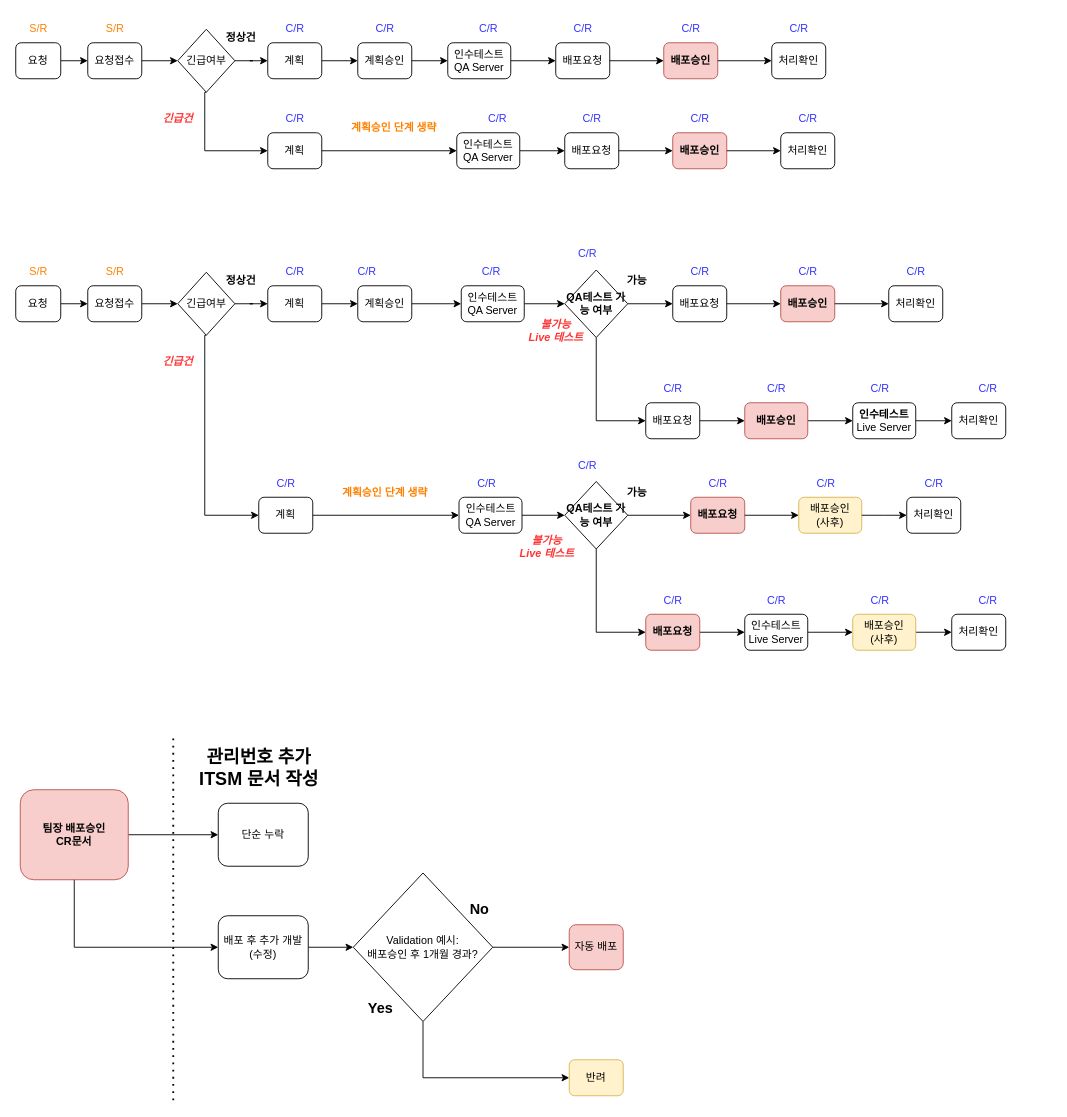
Earlier version of the draw.io diagram 제목 없는 다이어그램.drawio (attabooi/attabooi). Source tidied: cells renumbered, new cells numbered last; positions are measured from the earlier drawing's top-left corner, leaving out a move shared by most shapes. Both pictures are drawn from the tidied source at 90%, with x=0, y=0 at pixel (15, 15).
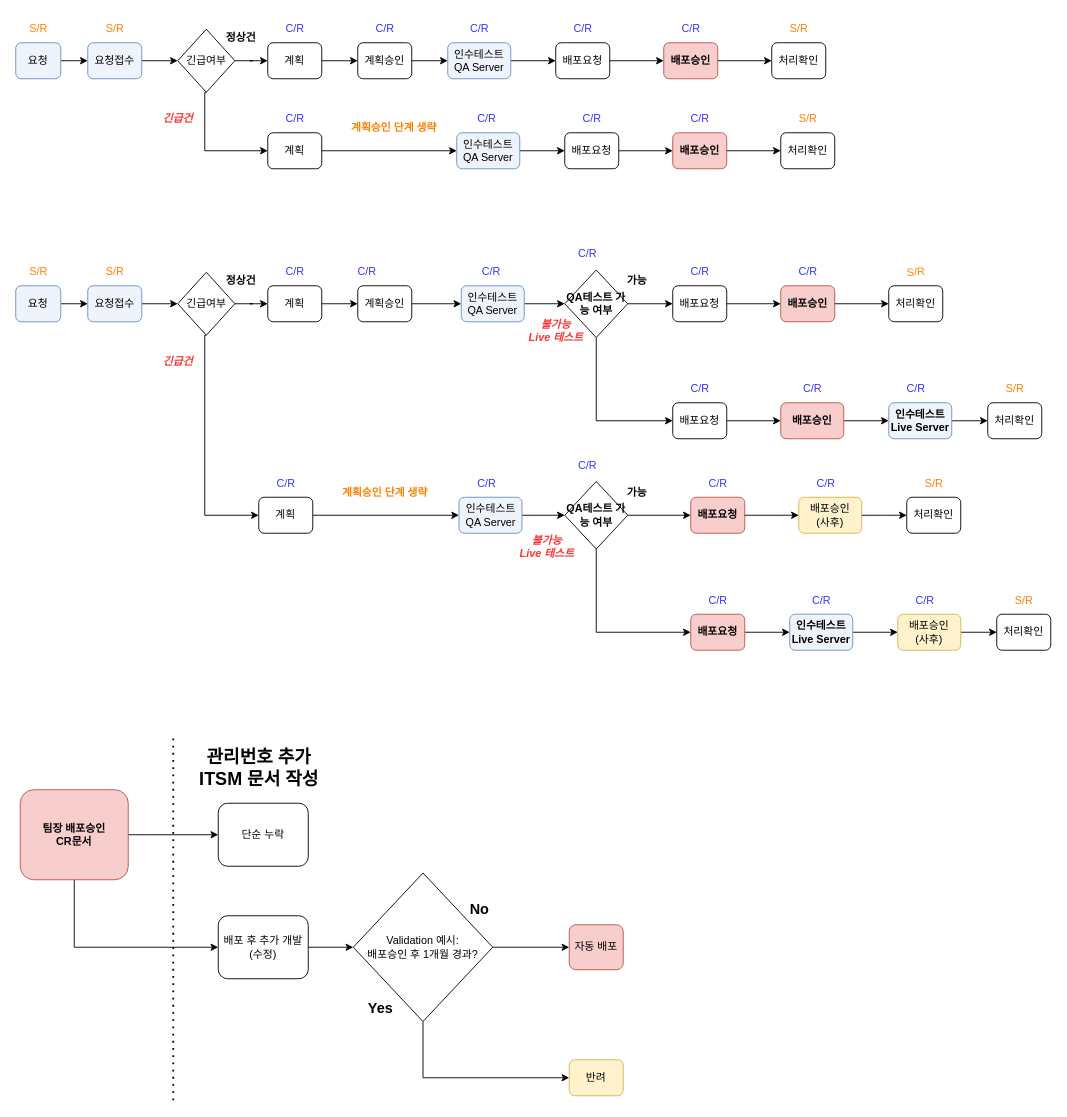
Above is the later version.

Commit message (it also covers changes not shown here):
제목 없는 다이어그램.drawio 업데이트

Unchanged cells that the change refers to:
```xml
<mxCell id="35" value="&lt;b&gt;QA테스트 가능 여부&lt;/b&gt;" style="rhombus;whiteSpace=wrap;html=1;" parent="1" vertex="1">
  <mxGeometry x="610" y="282.5" width="70" height="75" as="geometry" />
</mxCell>
<mxCell id="73" value="&lt;b style=&quot;border-color: var(--border-color);&quot;&gt;QA테스트 가능 여부&lt;/b&gt;" style="rhombus;whiteSpace=wrap;html=1;" parent="1" vertex="1">
  <mxGeometry x="610" y="517.5" width="70" height="75" as="geometry" />
</mxCell>
```

The edit, as a diff of the source:
```diff
@@
-    <mxCell id="4" value="요청" style="rounded=1;whiteSpace=wrap;html=1;fontSize=12;glass=0;strokeWidth=1;shadow=0;" parent="1" vertex="1">
+    <mxCell id="4" value="요청" style="rounded=1;whiteSpace=wrap;html=1;fontSize=12;glass=0;strokeWidth=1;shadow=0;fillColor=#EFF4FC;strokeColor=#6c8ebf;" parent="1" vertex="1">
       <mxGeometry y="300" width="50" height="40" as="geometry" />
     </mxCell>
@@
-    <mxCell id="7" value="요청접수" style="rounded=1;whiteSpace=wrap;html=1;fontSize=12;glass=0;strokeWidth=1;shadow=0;" parent="1" vertex="1">
+    <mxCell id="7" value="요청접수" style="rounded=1;whiteSpace=wrap;html=1;fontSize=12;glass=0;strokeWidth=1;shadow=0;fillColor=#EFF4FC;strokeColor=#6c8ebf;" parent="1" vertex="1">
       <mxGeometry x="80" y="300" width="60" height="40" as="geometry" />
     </mxCell>
@@
-    <mxCell id="24" value="C/R" style="text;html=1;align=center;verticalAlign=middle;strokeColor=none;fillColor=none;fontColor=#3333FF;" parent="1" vertex="1">
-      <mxGeometry x="980" y="270" width="40" height="30" as="geometry" />
-    </mxCell>
@@
-    <mxCell id="33" style="edgeStyle=orthogonalEdgeStyle;rounded=0;jettySize=auto;html=1;exitX=0.5;exitY=1;exitDx=0;exitDy=0;" parent="1" edge="1" source="35">
+    <mxCell id="33" style="edgeStyle=orthogonalEdgeStyle;rounded=0;jettySize=auto;html=1;exitX=0.5;exitY=1;exitDx=0;exitDy=0;entryX=0;entryY=0.5;entryDx=0;entryDy=0;" parent="1" edge="1" source="35" target="39">
       <mxGeometry relative="1" as="geometry">
-        <mxPoint x="700" y="450" as="targetPoint" />
         <Array as="points">
           <mxPoint x="645" y="450" />
         </Array>
       </mxGeometry>
     </mxCell>
@@
     <mxCell id="39" value="배포요청" style="rounded=1;whiteSpace=wrap;html=1;fontSize=12;glass=0;strokeWidth=1;shadow=0;fontStyle=0;" parent="1" vertex="1">
-      <mxGeometry x="700" y="430" width="60" height="40" as="geometry" />
+      <mxGeometry x="730" y="430" width="60" height="40" as="geometry" />
     </mxCell>
     <mxCell id="40" value="C/R" style="text;html=1;align=center;verticalAlign=middle;strokeColor=none;fillColor=none;fontColor=#3333FF;" parent="1" vertex="1">
-      <mxGeometry x="710" y="400" width="40" height="30" as="geometry" />
+      <mxGeometry x="740" y="400" width="40" height="30" as="geometry" />
     </mxCell>
@@
     <mxCell id="42" value="배포승인" style="rounded=1;whiteSpace=wrap;html=1;fontSize=12;glass=0;strokeWidth=1;shadow=0;fillColor=#f8cecc;strokeColor=#b85450;fontStyle=1;" parent="1" vertex="1">
-      <mxGeometry x="810" y="430" width="70" height="40" as="geometry" />
+      <mxGeometry x="850" y="430" width="70" height="40" as="geometry" />
     </mxCell>
     <mxCell id="43" value="C/R" style="text;html=1;align=center;verticalAlign=middle;strokeColor=none;fillColor=none;fontColor=#3333FF;" parent="1" vertex="1">
-      <mxGeometry x="825" y="400" width="40" height="30" as="geometry" />
+      <mxGeometry x="865" y="400" width="40" height="30" as="geometry" />
     </mxCell>
@@
-    <mxCell id="45" value="인수테스트&lt;br style=&quot;border-color: var(--border-color); font-weight: 400;&quot;&gt;&lt;span style=&quot;font-weight: 400;&quot;&gt;Live Server&lt;/span&gt;" style="rounded=1;whiteSpace=wrap;html=1;fontSize=12;glass=0;strokeWidth=1;shadow=0;fontStyle=1;" parent="1" vertex="1">
-      <mxGeometry x="930" y="430" width="70" height="40" as="geometry" />
+    <mxCell id="45" value="인수테스트&lt;br style=&quot;border-color: var(--border-color);&quot;&gt;&lt;span style=&quot;&quot;&gt;Live Server&lt;/span&gt;" style="rounded=1;whiteSpace=wrap;html=1;fontSize=12;glass=0;strokeWidth=1;shadow=0;fontStyle=1;fillColor=#EFF4FC;strokeColor=#6c8ebf;" parent="1" vertex="1">
+      <mxGeometry x="970" y="430" width="70" height="40" as="geometry" />
     </mxCell>
     <mxCell id="46" value="처리확인" style="rounded=1;whiteSpace=wrap;html=1;fontSize=12;glass=0;strokeWidth=1;shadow=0;" parent="1" vertex="1">
-      <mxGeometry x="1040" y="430" width="60" height="40" as="geometry" />
+      <mxGeometry x="1080" y="430" width="60" height="40" as="geometry" />
     </mxCell>
     <mxCell id="47" value="C/R" style="text;html=1;align=center;verticalAlign=middle;strokeColor=none;fillColor=none;fontColor=#3333FF;" parent="1" vertex="1">
-      <mxGeometry x="940" y="400" width="40" height="30" as="geometry" />
+      <mxGeometry x="980" y="400" width="40" height="30" as="geometry" />
     </mxCell>
-    <mxCell id="48" value="C/R" style="text;html=1;align=center;verticalAlign=middle;strokeColor=none;fillColor=none;fontColor=#3333FF;" parent="1" vertex="1">
-      <mxGeometry x="1060" y="400" width="40" height="30" as="geometry" />
-    </mxCell>
@@
-    <mxCell id="70" value="C/R" style="text;html=1;align=center;verticalAlign=middle;strokeColor=none;fillColor=none;fontColor=#3333FF;" parent="1" vertex="1">
-      <mxGeometry x="1000" y="505" width="40" height="30" as="geometry" />
-    </mxCell>
-    <mxCell id="71" style="edgeStyle=orthogonalEdgeStyle;rounded=0;jettySize=auto;html=1;exitX=0.5;exitY=1;exitDx=0;exitDy=0;" parent="1" edge="1" source="73">
+    <mxCell id="71" style="edgeStyle=orthogonalEdgeStyle;rounded=0;jettySize=auto;html=1;exitX=0.5;exitY=1;exitDx=0;exitDy=0;entryX=0;entryY=0.5;entryDx=0;entryDy=0;" parent="1" edge="1" source="73" target="77">
       <mxGeometry relative="1" as="geometry">
-        <mxPoint x="700" y="685" as="targetPoint" />
         <Array as="points">
           <mxPoint x="645" y="685" />
         </Array>
       </mxGeometry>
     </mxCell>
@@
     <mxCell id="77" value="배포요청" style="rounded=1;whiteSpace=wrap;html=1;fontSize=12;glass=0;strokeWidth=1;shadow=0;fillColor=#f8cecc;strokeColor=#b85450;fontStyle=1;" parent="1" vertex="1">
-      <mxGeometry x="700" y="665" width="60" height="40" as="geometry" />
+      <mxGeometry x="750" y="665" width="60" height="40" as="geometry" />
     </mxCell>
     <mxCell id="78" value="C/R" style="text;html=1;align=center;verticalAlign=middle;strokeColor=none;fillColor=none;fontColor=#3333FF;" parent="1" vertex="1">
-      <mxGeometry x="710" y="635" width="40" height="30" as="geometry" />
+      <mxGeometry x="760" y="635" width="40" height="30" as="geometry" />
     </mxCell>
@@
-    <mxCell id="80" value="인수테스트&lt;br style=&quot;border-color: var(--border-color);&quot;&gt;&lt;span style=&quot;border-color: var(--border-color);&quot;&gt;Live Server&lt;/span&gt;" style="rounded=1;whiteSpace=wrap;html=1;fontSize=12;glass=0;strokeWidth=1;shadow=0;" parent="1" vertex="1">
-      <mxGeometry x="810" y="665" width="70" height="40" as="geometry" />
+    <mxCell id="80" value="인수테스트&lt;br style=&quot;border-color: var(--border-color);&quot;&gt;&lt;span style=&quot;border-color: var(--border-color);&quot;&gt;Live Server&lt;/span&gt;" style="rounded=1;whiteSpace=wrap;html=1;fontSize=12;glass=0;strokeWidth=1;shadow=0;fillColor=#EFF4FC;strokeColor=#6c8ebf;fontStyle=1;" parent="1" vertex="1">
+      <mxGeometry x="860" y="665" width="70" height="40" as="geometry" />
     </mxCell>
     <mxCell id="81" value="C/R" style="text;html=1;align=center;verticalAlign=middle;strokeColor=none;fillColor=none;fontColor=#3333FF;" parent="1" vertex="1">
-      <mxGeometry x="825" y="635" width="40" height="30" as="geometry" />
+      <mxGeometry x="875" y="635" width="40" height="30" as="geometry" />
     </mxCell>
@@
     <mxCell id="83" value="배포승인&lt;br&gt;(사후)" style="rounded=1;whiteSpace=wrap;html=1;fontSize=12;glass=0;strokeWidth=1;shadow=0;fontStyle=0;fillColor=#fff2cc;strokeColor=#d6b656;" parent="1" vertex="1">
-      <mxGeometry x="930" y="665" width="70" height="40" as="geometry" />
+      <mxGeometry x="980" y="665" width="70" height="40" as="geometry" />
     </mxCell>
     <mxCell id="84" value="처리확인" style="rounded=1;whiteSpace=wrap;html=1;fontSize=12;glass=0;strokeWidth=1;shadow=0;" parent="1" vertex="1">
-      <mxGeometry x="1040" y="665" width="60" height="40" as="geometry" />
+      <mxGeometry x="1090" y="665" width="60" height="40" as="geometry" />
     </mxCell>
     <mxCell id="85" value="C/R" style="text;html=1;align=center;verticalAlign=middle;strokeColor=none;fillColor=none;fontColor=#3333FF;" parent="1" vertex="1">
-      <mxGeometry x="940" y="635" width="40" height="30" as="geometry" />
+      <mxGeometry x="990" y="635" width="40" height="30" as="geometry" />
     </mxCell>
-    <mxCell id="86" value="C/R" style="text;html=1;align=center;verticalAlign=middle;strokeColor=none;fillColor=none;fontColor=#3333FF;" parent="1" vertex="1">
-      <mxGeometry x="1060" y="635" width="40" height="30" as="geometry" />
-    </mxCell>
@@
-    <mxCell id="89" value="요청" style="rounded=1;whiteSpace=wrap;html=1;fontSize=12;glass=0;strokeWidth=1;shadow=0;" parent="1" vertex="1">
+    <mxCell id="89" value="요청" style="rounded=1;whiteSpace=wrap;html=1;fontSize=12;glass=0;strokeWidth=1;shadow=0;fillColor=#EFF4FC;strokeColor=#6c8ebf;" parent="1" vertex="1">
       <mxGeometry y="30" width="50" height="40" as="geometry" />
     </mxCell>
@@
-    <mxCell id="92" value="요청접수" style="rounded=1;whiteSpace=wrap;html=1;fontSize=12;glass=0;strokeWidth=1;shadow=0;" parent="1" vertex="1">
+    <mxCell id="92" value="요청접수" style="rounded=1;whiteSpace=wrap;html=1;fontSize=12;glass=0;strokeWidth=1;shadow=0;fillColor=#EFF4FC;strokeColor=#6c8ebf;" parent="1" vertex="1">
       <mxGeometry x="80" y="30" width="60" height="40" as="geometry" />
     </mxCell>
@@
-    <mxCell id="98" value="인수테스트&lt;br&gt;QA Server" style="rounded=1;whiteSpace=wrap;html=1;fontSize=12;glass=0;strokeWidth=1;shadow=0;" parent="1" vertex="1">
+    <mxCell id="98" value="인수테스트&lt;br&gt;QA Server" style="rounded=1;whiteSpace=wrap;html=1;fontSize=12;glass=0;strokeWidth=1;shadow=0;fillColor=#EFF4FC;strokeColor=#6c8ebf;" parent="1" vertex="1">
       <mxGeometry x="480" y="30" width="70" height="40" as="geometry" />
     </mxCell>
@@
     <mxCell id="108" value="C/R" style="text;html=1;align=center;verticalAlign=middle;strokeColor=none;fillColor=none;fontColor=#3333FF;" parent="1" vertex="1">
-      <mxGeometry x="505" width="40" height="30" as="geometry" />
+      <mxGeometry x="495" width="40" height="30" as="geometry" />
     </mxCell>
@@
-    <mxCell id="111" value="C/R" style="text;html=1;align=center;verticalAlign=middle;strokeColor=none;fillColor=none;fontColor=#3333FF;" parent="1" vertex="1">
-      <mxGeometry x="850" width="40" height="30" as="geometry" />
-    </mxCell>
@@
-    <mxCell id="121" value="인수테스트&lt;br&gt;QA Server" style="rounded=1;whiteSpace=wrap;html=1;fontSize=12;glass=0;strokeWidth=1;shadow=0;" parent="1" vertex="1">
+    <mxCell id="121" value="인수테스트&lt;br&gt;QA Server" style="rounded=1;whiteSpace=wrap;html=1;fontSize=12;glass=0;strokeWidth=1;shadow=0;fillColor=#EFF4FC;strokeColor=#6c8ebf;" parent="1" vertex="1">
       <mxGeometry x="490" y="130" width="70" height="40" as="geometry" />
     </mxCell>
@@
     <mxCell id="127" value="C/R" style="text;html=1;align=center;verticalAlign=middle;strokeColor=none;fillColor=none;fontColor=#3333FF;" parent="1" vertex="1">
-      <mxGeometry x="515" y="100" width="40" height="30" as="geometry" />
+      <mxGeometry x="502.5" y="100" width="40" height="30" as="geometry" />
     </mxCell>
@@
-    <mxCell id="130" value="C/R" style="text;html=1;align=center;verticalAlign=middle;strokeColor=none;fillColor=none;fontColor=#3333FF;" parent="1" vertex="1">
-      <mxGeometry x="860" y="100" width="40" height="30" as="geometry" />
-    </mxCell>
@@
-    <mxCell id="132" value="인수테스트&lt;br&gt;QA Server" style="rounded=1;whiteSpace=wrap;html=1;fontSize=12;glass=0;strokeWidth=1;shadow=0;" parent="1" vertex="1">
+    <mxCell id="132" value="인수테스트&lt;br&gt;QA Server" style="rounded=1;whiteSpace=wrap;html=1;fontSize=12;glass=0;strokeWidth=1;shadow=0;fillColor=#EFF4FC;strokeColor=#6c8ebf;" parent="1" vertex="1">
       <mxGeometry x="495" y="300" width="70" height="40" as="geometry" />
     </mxCell>
@@
-    <mxCell id="135" value="인수테스트&lt;br&gt;QA Server" style="rounded=1;whiteSpace=wrap;html=1;fontSize=12;glass=0;strokeWidth=1;shadow=0;" parent="1" vertex="1">
+    <mxCell id="135" value="인수테스트&lt;br&gt;QA Server" style="rounded=1;whiteSpace=wrap;html=1;fontSize=12;glass=0;strokeWidth=1;shadow=0;fillColor=#EFF4FC;strokeColor=#6c8ebf;" parent="1" vertex="1">
       <mxGeometry x="492.5" y="535" width="70" height="40" as="geometry" />
     </mxCell>
@@
+    <mxCell id="137" value="S/R" style="text;html=1;align=center;verticalAlign=middle;strokeColor=none;fillColor=none;fontColor=#FF8000;" parent="1" vertex="1">
+      <mxGeometry x="850" width="40" height="30" as="geometry" />
+    </mxCell>
+    <mxCell id="138" value="S/R" style="text;html=1;align=center;verticalAlign=middle;strokeColor=none;fillColor=none;fontColor=#FF8000;" parent="1" vertex="1">
+      <mxGeometry x="860" y="100" width="40" height="30" as="geometry" />
+    </mxCell>
+    <mxCell id="139" value="S/R" style="text;html=1;align=center;verticalAlign=middle;strokeColor=none;fillColor=none;fontColor=#FF8000;rotation=-5;" parent="1" vertex="1">
+      <mxGeometry x="980" y="270" width="40" height="30" as="geometry" />
+    </mxCell>
+    <mxCell id="140" value="S/R" style="text;html=1;align=center;verticalAlign=middle;strokeColor=none;fillColor=none;fontColor=#FF8000;" parent="1" vertex="1">
+      <mxGeometry x="1090" y="400" width="40" height="30" as="geometry" />
+    </mxCell>
+    <mxCell id="141" value="S/R" style="text;html=1;align=center;verticalAlign=middle;strokeColor=none;fillColor=none;fontColor=#FF8000;" parent="1" vertex="1">
+      <mxGeometry x="1000" y="505" width="40" height="30" as="geometry" />
+    </mxCell>
+    <mxCell id="142" value="S/R" style="text;html=1;align=center;verticalAlign=middle;strokeColor=none;fillColor=none;fontColor=#FF8000;" parent="1" vertex="1">
+      <mxGeometry x="1100" y="635" width="40" height="30" as="geometry" />
+    </mxCell>
```
